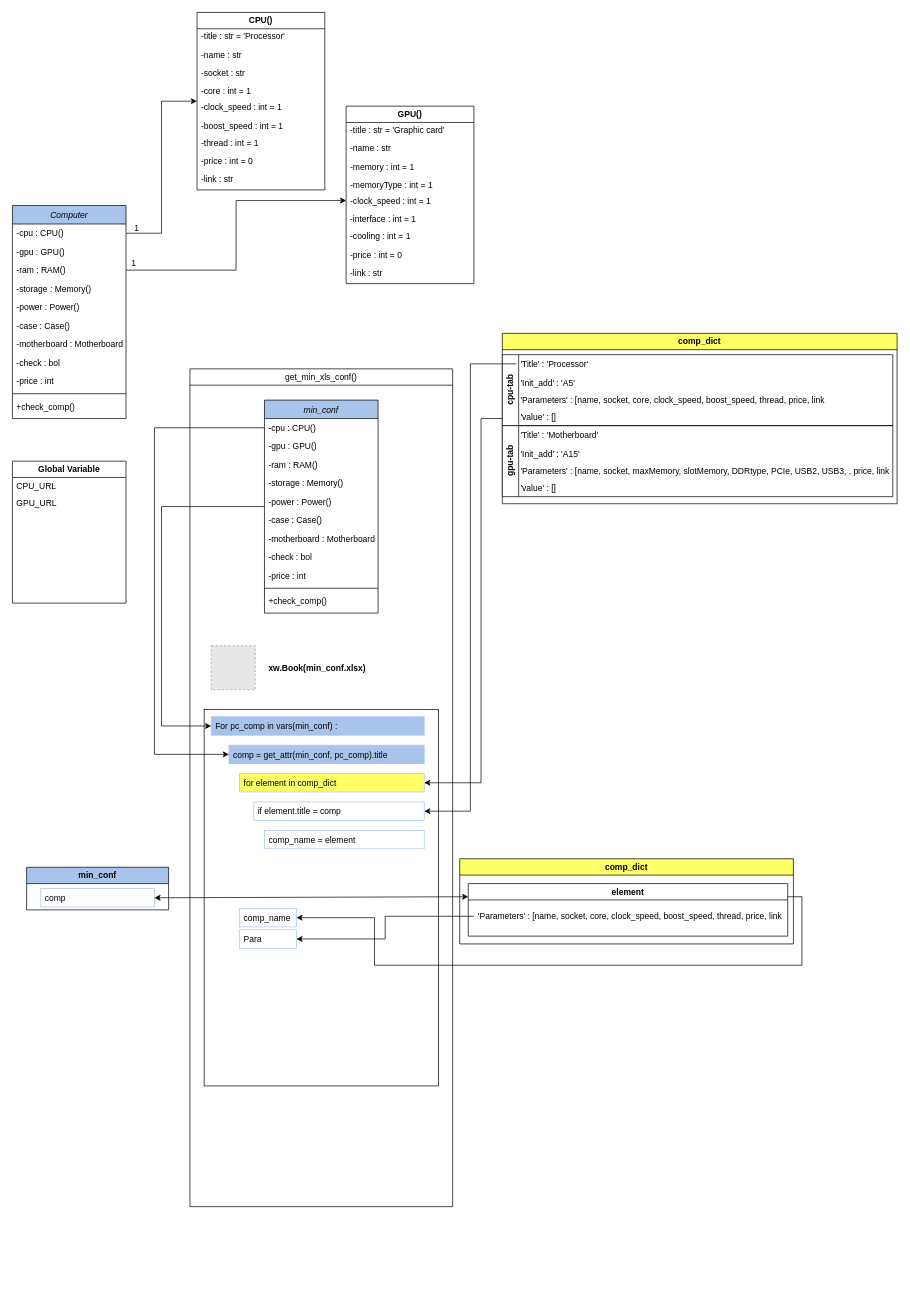
Earlier version of the draw.io diagram Files/Classes.drawio (Bill-khk/PCBuilder). Source tidied: cells renumbered, new cells numbered last; positions are measured from the earlier drawing's top-left corner, leaving out a move shared by most shapes. Both pictures are drawn from the tidied source at 71%, with x=0, y=0 at pixel (12, 12). Pictures stored in the file or linked from it are replaced by grey dashed boxes.
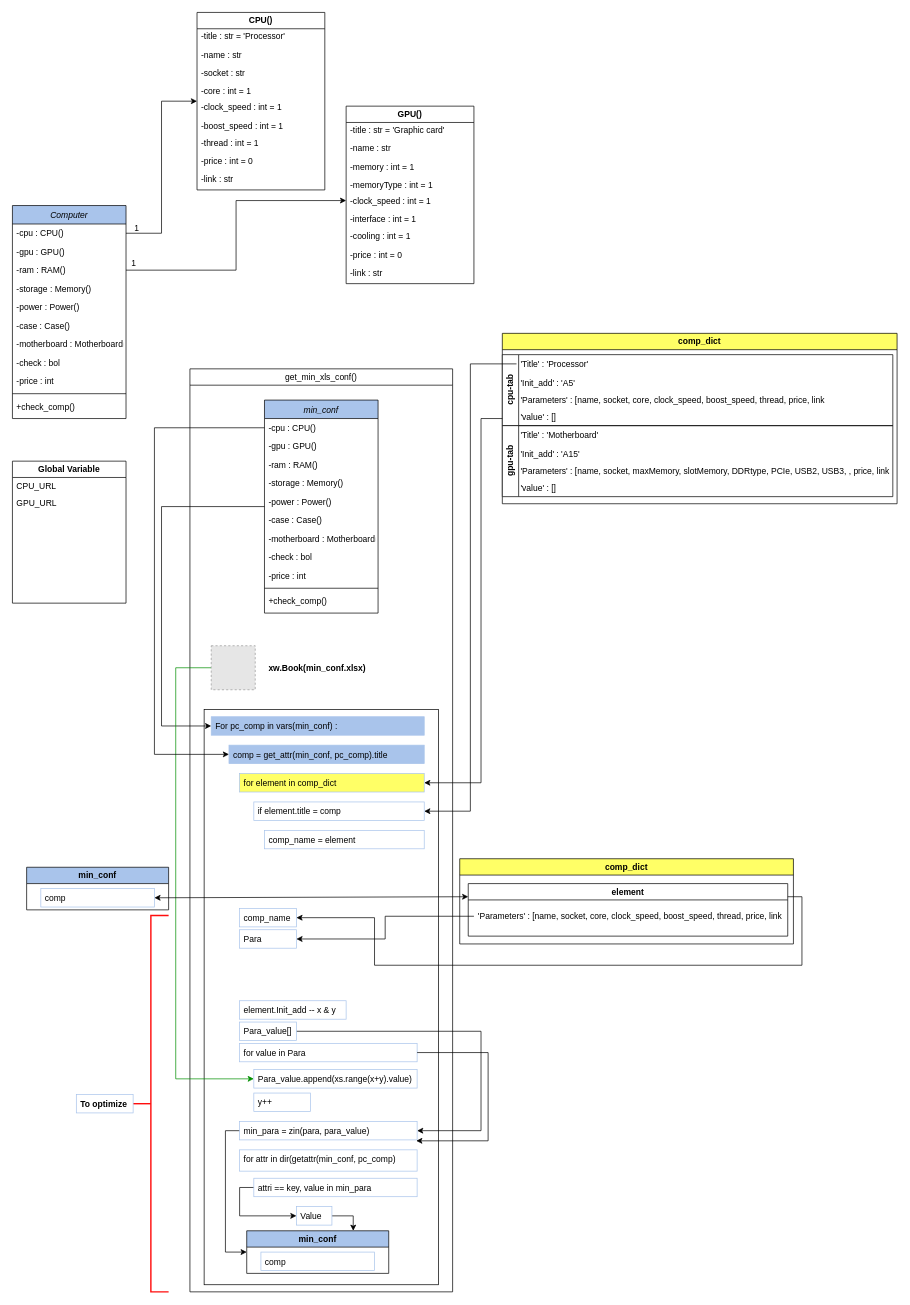
The same diagram, later.

Commit message:
Update Classes.drawio - get_min_xls_conf - OK - to optimize

The change refers to these unchanged cells:
```xml
<mxCell id="67" style="fillColor=#E6E6E6;strokeColor=#999999;dashed=1;verticalLabelPosition=bottom;labelBackgroundColor=default;verticalAlign=top;" parent="52" vertex="1">
  <mxGeometry x="30" y="390" width="62" height="62" as="geometry" />
</mxCell>
```

Change to the diagram source:
```diff
@@
     <mxCell id="52" value="get_min_xls_conf()" style="swimlane;whiteSpace=wrap;html=1;fontStyle=0;" parent="1" vertex="1">
-      <mxGeometry x="250" y="502" width="370" height="1180" as="geometry" />
+      <mxGeometry x="250" y="502" width="370" height="1300" as="geometry" />
     </mxCell>
     <mxCell id="53" style="rounded=0;whiteSpace=wrap;html=1;" parent="52" vertex="1">
-      <mxGeometry x="20" y="480" width="330" height="530" as="geometry" />
+      <mxGeometry x="20" y="480" width="330" height="810" as="geometry" />
     </mxCell>
@@
+    <mxCell id="87" style="edgeStyle=orthogonalEdgeStyle;rounded=0;jettySize=auto;html=1;exitX=0;exitY=0.5;exitDx=0;exitDy=0;entryX=0;entryY=0.5;entryDx=0;entryDy=0;strokeColor=#008F00;" parent="52" edge="1" source="67" target="92">
+      <mxGeometry relative="1" as="geometry">
+        <Array as="points">
+          <mxPoint x="-20" y="421" />
+          <mxPoint x="-20" y="1000" />
+        </Array>
+      </mxGeometry>
+    </mxCell>
@@
+    <mxCell id="88" style="edgeStyle=orthogonalEdgeStyle;rounded=0;jettySize=auto;html=1;exitX=1;exitY=0.5;exitDx=0;exitDy=0;entryX=1;entryY=0.5;entryDx=0;entryDy=0;" parent="52" edge="1" source="89" target="95">
+      <mxGeometry relative="1" as="geometry">
+        <Array as="points">
+          <mxPoint x="410" y="933" />
+          <mxPoint x="410" y="1073" />
+        </Array>
+      </mxGeometry>
+    </mxCell>
+    <mxCell id="89" value="Para_value[]" style="text;align=left;verticalAlign=top;spacingLeft=4;spacingRight=4;overflow=hidden;points=[[0,0.5],[1,0.5]];portConstraint=eastwest;fontStyle=0;strokeColor=#A9C4EB;" parent="52" vertex="1">
+      <mxGeometry x="70" y="920" width="80" height="26" as="geometry" />
+    </mxCell>
+    <mxCell id="90" value="for value in Para" style="text;align=left;verticalAlign=top;spacingLeft=4;spacingRight=4;overflow=hidden;points=[[0,0.5],[1,0.5]];portConstraint=eastwest;fontStyle=0;strokeColor=#A9C4EB;" parent="52" vertex="1">
+      <mxGeometry x="70" y="950" width="250" height="26" as="geometry" />
+    </mxCell>
+    <mxCell id="91" value="element.Init_add -- x &amp; y" style="text;align=left;verticalAlign=top;spacingLeft=4;spacingRight=4;overflow=hidden;fontStyle=0;strokeColor=#A9C4EB;" parent="52" vertex="1">
+      <mxGeometry x="70" y="890" width="150" height="26" as="geometry" />
+    </mxCell>
+    <mxCell id="92" value="Para_value.append(xs.range(x+y).value)" style="text;align=left;verticalAlign=top;spacingLeft=4;spacingRight=4;overflow=hidden;points=[[0,0.5],[1,0.5]];portConstraint=eastwest;fontStyle=0;strokeColor=#A9C4EB;" parent="52" vertex="1">
+      <mxGeometry x="90" y="987" width="230" height="26" as="geometry" />
+    </mxCell>
+    <mxCell id="93" value="y++" style="text;align=left;verticalAlign=top;spacingLeft=4;spacingRight=4;overflow=hidden;fontStyle=0;strokeColor=#A9C4EB;" parent="52" vertex="1">
+      <mxGeometry x="90" y="1020" width="80" height="26" as="geometry" />
+    </mxCell>
+    <mxCell id="94" style="edgeStyle=orthogonalEdgeStyle;rounded=0;jettySize=auto;html=1;exitX=0;exitY=0.5;exitDx=0;exitDy=0;entryX=0;entryY=0.5;entryDx=0;entryDy=0;" parent="52" edge="1" source="95" target="97">
+      <mxGeometry relative="1" as="geometry" />
+    </mxCell>
+    <mxCell id="95" value="min_para = zin(para, para_value)" style="text;align=left;verticalAlign=top;spacingLeft=4;spacingRight=4;overflow=hidden;points=[[0,0.5],[1,0.5]];portConstraint=eastwest;fontStyle=0;strokeColor=#A9C4EB;" parent="52" vertex="1">
+      <mxGeometry x="70" y="1060" width="250" height="26" as="geometry" />
+    </mxCell>
+    <mxCell id="96" style="edgeStyle=orthogonalEdgeStyle;rounded=0;jettySize=auto;html=1;exitX=1;exitY=0.5;exitDx=0;exitDy=0;entryX=0.995;entryY=1.051;entryDx=0;entryDy=0;entryPerimeter=0;" parent="52" edge="1" source="90" target="95">
+      <mxGeometry relative="1" as="geometry">
+        <Array as="points">
+          <mxPoint x="420" y="963" />
+          <mxPoint x="420" y="1087" />
+        </Array>
+      </mxGeometry>
+    </mxCell>
+    <mxCell id="97" value="min_conf" style="swimlane;whiteSpace=wrap;html=1;fillColor=#A9C4EB;" parent="52" vertex="1">
+      <mxGeometry x="80" y="1214" width="200" height="60" as="geometry" />
+    </mxCell>
+    <mxCell id="98" value="comp" style="text;align=left;verticalAlign=top;spacingLeft=4;spacingRight=4;overflow=hidden;fontStyle=0;strokeColor=#A9C4EB;" parent="97" vertex="1">
+      <mxGeometry x="20" y="30" width="160" height="26" as="geometry" />
+    </mxCell>
+    <mxCell id="99" value="for attr in dir(getattr(min_conf, pc_comp)" style="text;align=left;verticalAlign=top;spacingLeft=4;spacingRight=4;overflow=hidden;fontStyle=0;strokeColor=#A9C4EB;fillColor=#FFFFFF;" parent="52" vertex="1">
+      <mxGeometry x="70" y="1100" width="250" height="30" as="geometry" />
+    </mxCell>
+    <mxCell id="100" style="edgeStyle=orthogonalEdgeStyle;rounded=0;jettySize=auto;html=1;entryX=0;entryY=0.5;entryDx=0;entryDy=0;" parent="52" edge="1" source="101" target="103">
+      <mxGeometry relative="1" as="geometry" />
+    </mxCell>
+    <mxCell id="101" value="attri == key, value in min_para" style="text;align=left;verticalAlign=top;spacingLeft=4;spacingRight=4;overflow=hidden;points=[[0,0.5],[1,0.5]];portConstraint=eastwest;fontStyle=0;strokeColor=#A9C4EB;" parent="52" vertex="1">
+      <mxGeometry x="90" y="1140" width="230" height="26" as="geometry" />
+    </mxCell>
+    <mxCell id="102" style="edgeStyle=orthogonalEdgeStyle;rounded=0;jettySize=auto;html=1;entryX=0.75;entryY=0;entryDx=0;entryDy=0;" parent="52" edge="1" source="103" target="97">
+      <mxGeometry relative="1" as="geometry" />
+    </mxCell>
+    <mxCell id="103" value="Value" style="text;align=left;verticalAlign=top;spacingLeft=4;spacingRight=4;overflow=hidden;points=[[0,0.5],[1,0.5]];portConstraint=eastwest;fontStyle=0;strokeColor=#A9C4EB;" parent="52" vertex="1">
+      <mxGeometry x="150" y="1180" width="50" height="26" as="geometry" />
+    </mxCell>
@@
+    <mxCell id="104" style="strokeWidth=2;html=1;shape=mxgraph.flowchart.annotation_2;align=left;labelPosition=right;fillColor=#FF0D0D;strokeColor=#FF0D0D;" parent="1" vertex="1">
+      <mxGeometry x="170" y="1272" width="50" height="530" as="geometry" />
+    </mxCell>
+    <mxCell id="105" value="To optimize" style="text;align=left;verticalAlign=top;spacingLeft=4;spacingRight=4;overflow=hidden;fontStyle=1;strokeColor=#A9C4EB;" parent="1" vertex="1">
+      <mxGeometry x="90" y="1524" width="80" height="26" as="geometry" />
+    </mxCell>
```
